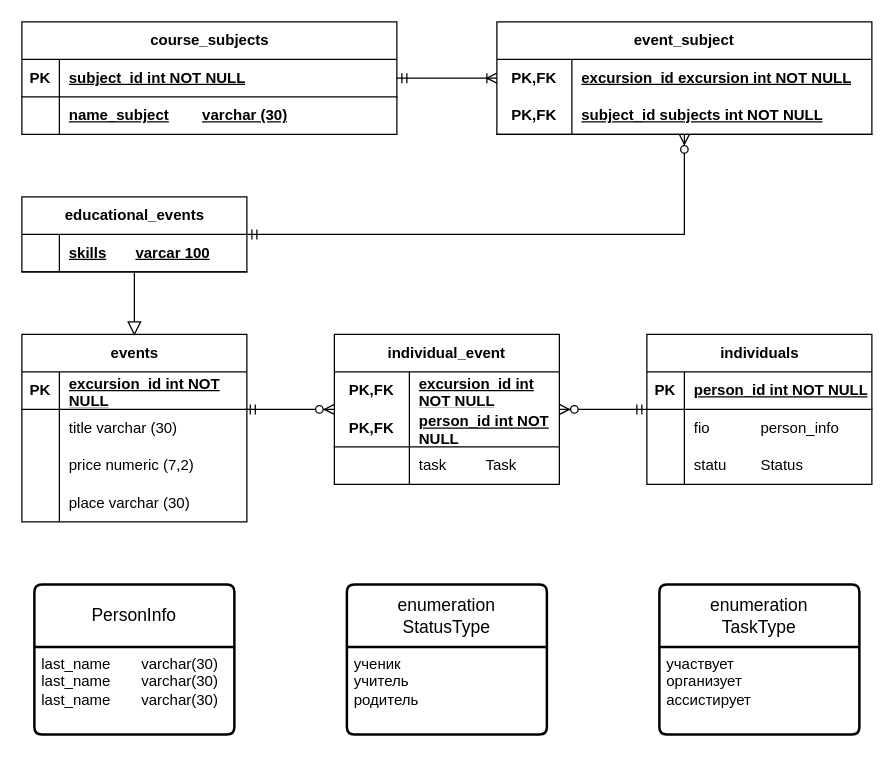
Before: 6SEM/BD/LAB4/Диаграмма без названия.drawio in dYGamma/VuzUC, a draw.io diagram. Source tidied: cells renumbered, new cells numbered last; positions are measured from the earlier drawing's top-left corner, leaving out a move shared by most shapes. Both pictures are drawn from the tidied source at 125%, with x=0, y=0 at pixel (21, 21).
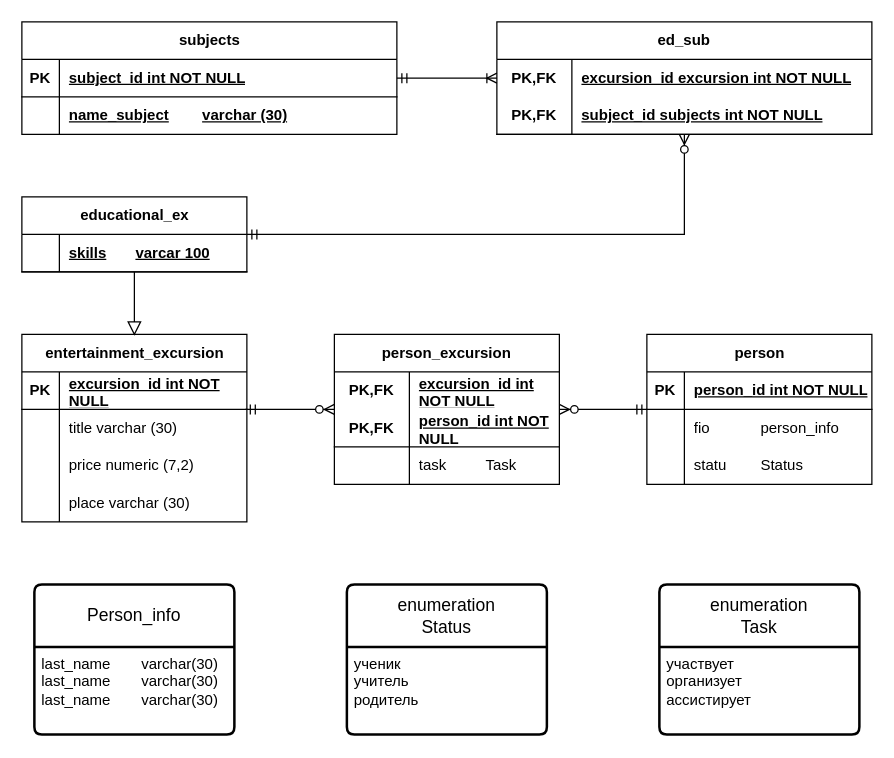
Above is the later version.

What changed in the source:
```diff
@@
-    <mxCell id="2" value="educational_events" style="shape=table;startSize=30;childLayout=tableLayout;rowLines=0;fontStyle=1;align=center;html=1;" parent="1" vertex="1">
+    <mxCell id="2" value="educational_ex" style="shape=table;startSize=30;childLayout=tableLayout;rowLines=0;fontStyle=1;align=center;html=1;" parent="1" vertex="1">
       <mxGeometry y="140" width="180" height="60" as="geometry" />
     </mxCell>
@@
-    <mxCell id="6" value="events" style="shape=table;startSize=30;childLayout=tableLayout;rowLines=0;fontStyle=1;align=center;html=1;" parent="1" vertex="1">
+    <mxCell id="6" value="entertainment_excursion" style="shape=table;startSize=30;childLayout=tableLayout;rowLines=0;fontStyle=1;align=center;html=1;" parent="1" vertex="1">
       <mxGeometry y="250" width="180" height="150" as="geometry" />
     </mxCell>
@@
-    <mxCell id="19" value="event_subject" style="shape=table;startSize=30;childLayout=tableLayout;rowLines=0;fontStyle=1;align=center;html=1;whiteSpace=wrap;" parent="1" vertex="1">
+    <mxCell id="19" value="ed_sub" style="shape=table;startSize=30;childLayout=tableLayout;rowLines=0;fontStyle=1;align=center;html=1;whiteSpace=wrap;" parent="1" vertex="1">
       <mxGeometry x="380" width="300" height="90" as="geometry" />
     </mxCell>
@@
-    <mxCell id="26" value="course_subjects" style="shape=table;startSize=30;childLayout=tableLayout;rowLines=0;fontStyle=1;align=center;html=1;" parent="1" vertex="1">
+    <mxCell id="26" value="&lt;span style=&quot;text-wrap: wrap;&quot;&gt;subjects&lt;/span&gt;" style="shape=table;startSize=30;childLayout=tableLayout;rowLines=0;fontStyle=1;align=center;html=1;" parent="1" vertex="1">
       <mxGeometry width="300" height="90" as="geometry" />
     </mxCell>
@@
-    <mxCell id="33" value="individual_event" style="shape=table;startSize=30;childLayout=tableLayout;rowLines=0;fontStyle=1;align=center;html=1;whiteSpace=wrap;" parent="1" vertex="1">
+    <mxCell id="33" value="person_excursion" style="shape=table;startSize=30;childLayout=tableLayout;rowLines=0;fontStyle=1;align=center;html=1;whiteSpace=wrap;" parent="1" vertex="1">
       <mxGeometry x="250" y="250" width="180" height="120" as="geometry" />
     </mxCell>
@@
-    <mxCell id="43" value="individuals" style="shape=table;startSize=30;childLayout=tableLayout;rowLines=0;fontStyle=1;align=center;html=1;" parent="1" vertex="1">
+    <mxCell id="43" value="person" style="shape=table;startSize=30;childLayout=tableLayout;rowLines=0;fontStyle=1;align=center;html=1;" parent="1" vertex="1">
       <mxGeometry x="500" y="250" width="180" height="120" as="geometry" />
     </mxCell>
@@
-    <mxCell id="57" value="PersonInfo" style="swimlane;horizontal=1;startSize=50;rounded=1;fontSize=14;fontStyle=0;strokeWidth=2;shadow=0;dashed=0;align=center;arcSize=4;whiteSpace=wrap;html=1;" parent="1" vertex="1">
+    <mxCell id="57" value="Person_info" style="swimlane;horizontal=1;startSize=50;rounded=1;fontSize=14;fontStyle=0;strokeWidth=2;shadow=0;dashed=0;align=center;arcSize=4;whiteSpace=wrap;html=1;" parent="1" vertex="1">
       <mxGeometry x="10" y="450" width="160" height="120" as="geometry" />
     </mxCell>
@@
-    <mxCell id="59" value="enumeration&lt;div&gt;StatusType&lt;/div&gt;" style="swimlane;horizontal=1;startSize=50;rounded=1;fontSize=14;fontStyle=0;strokeWidth=2;shadow=0;dashed=0;align=center;arcSize=4;whiteSpace=wrap;html=1;" parent="1" vertex="1">
+    <mxCell id="59" value="enumeration&lt;div&gt;Status&lt;/div&gt;" style="swimlane;horizontal=1;startSize=50;rounded=1;fontSize=14;fontStyle=0;strokeWidth=2;shadow=0;dashed=0;align=center;arcSize=4;whiteSpace=wrap;html=1;" parent="1" vertex="1">
       <mxGeometry x="260" y="450" width="160" height="120" as="geometry" />
     </mxCell>
@@
-    <mxCell id="61" value="enumeration&lt;div&gt;TaskType&lt;/div&gt;" style="swimlane;horizontal=1;startSize=50;rounded=1;fontSize=14;fontStyle=0;strokeWidth=2;shadow=0;dashed=0;align=center;arcSize=4;whiteSpace=wrap;html=1;" parent="1" vertex="1">
+    <mxCell id="61" value="enumeration&lt;div&gt;Task&lt;/div&gt;" style="swimlane;horizontal=1;startSize=50;rounded=1;fontSize=14;fontStyle=0;strokeWidth=2;shadow=0;dashed=0;align=center;arcSize=4;whiteSpace=wrap;html=1;" parent="1" vertex="1">
       <mxGeometry x="510" y="450" width="160" height="120" as="geometry" />
     </mxCell>
```
